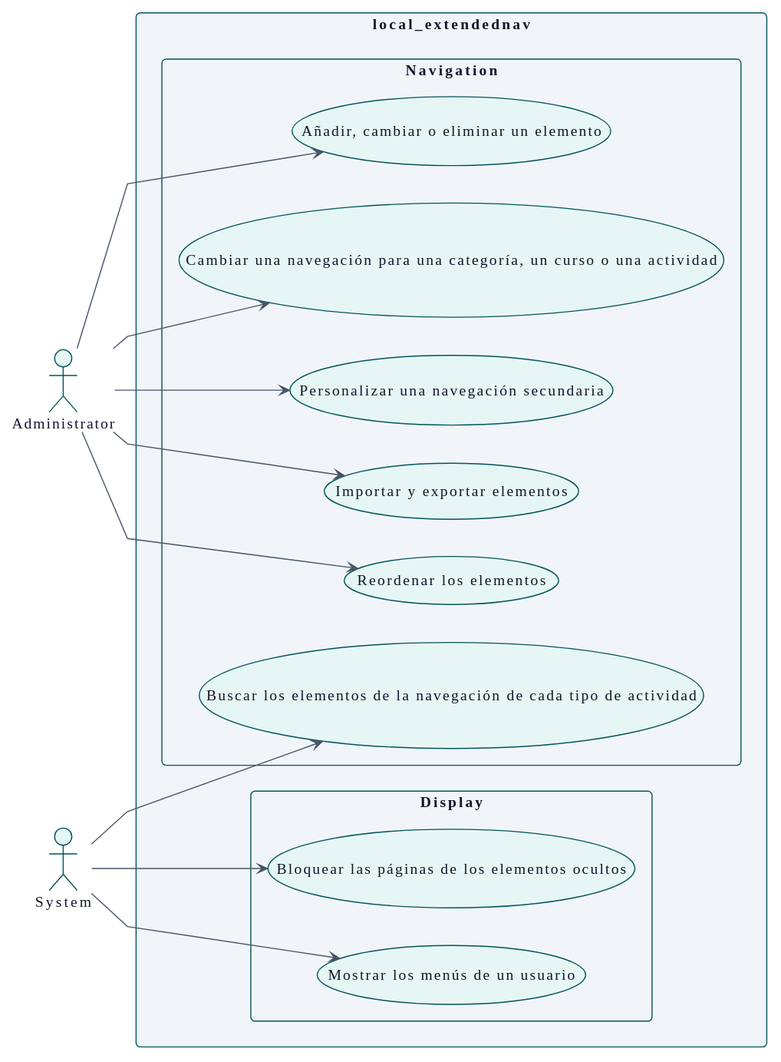
Earlier version of the PlantUML export docs/es/technical/requirements/use-case-overview.svg (didactika/moodle-local_extendednav).
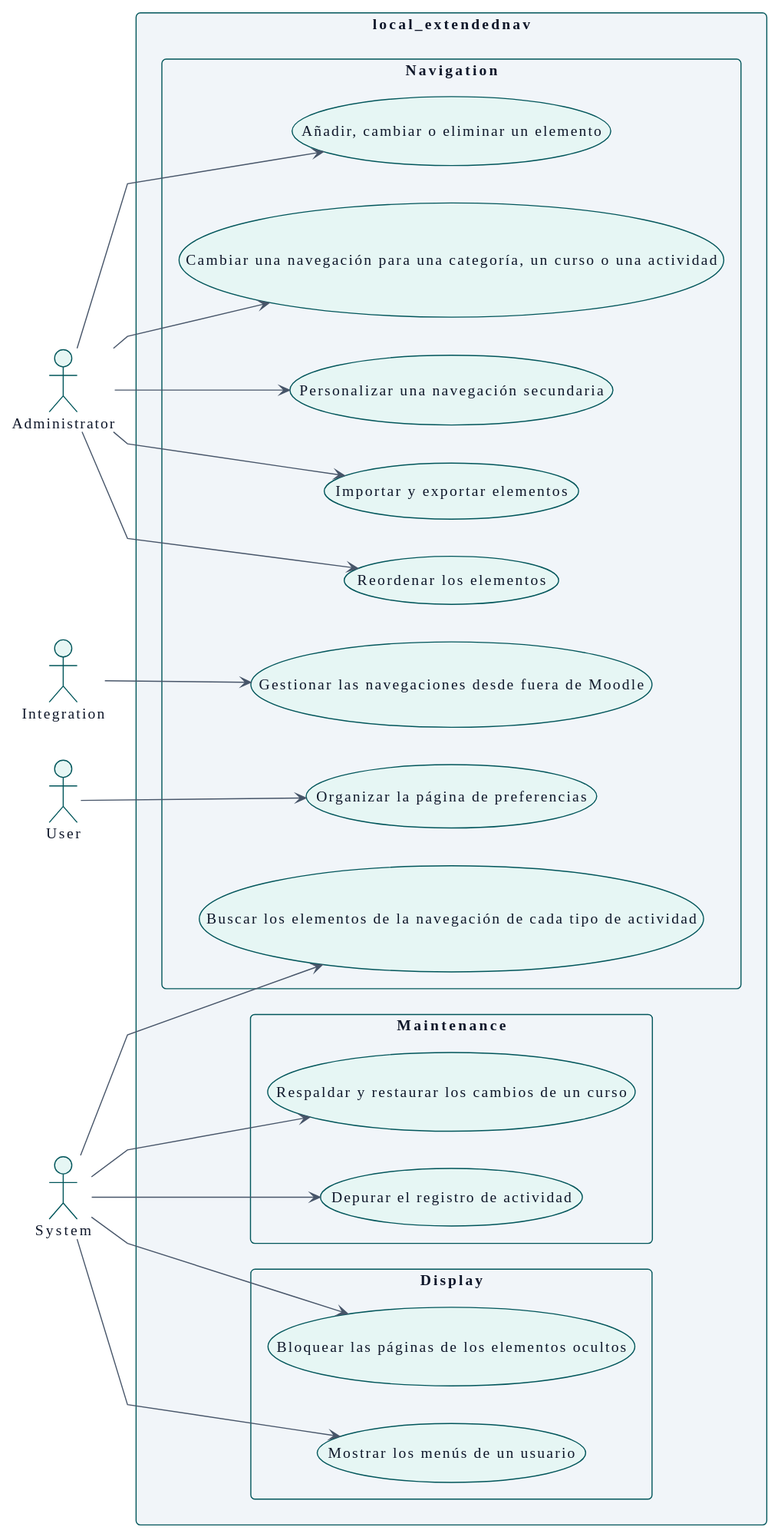
Later version of the same file.

Change to the diagram source:
```diff
@@ -107,7 +107,9 @@
 left to right direction
 
 actor "Administrator" as A_Administrator
+actor "Integration" as A_Integration
 actor "System" as A_System
+actor "User" as A_User
 
 rectangle "local_extendednav" {
   package "Navigation" {
@@ -117,10 +119,16 @@
     usecase "Personalizar una navegación secundaria" as UC_customiseSecondaryNavigation
     usecase "Cambiar una navegación para una categoría, un curso o una actividad" as UC_setScopeException
     usecase "Buscar los elementos de la navegación de cada tipo de actividad" as UC_discoverActivityItems
+    usecase "Organizar la página de preferencias" as UC_arrangePreferences
+    usecase "Gestionar las navegaciones desde fuera de Moodle" as UC_manageByWebService
   }
   package "Display" {
     usecase "Mostrar los menús de un usuario" as UC_showMenus
     usecase "Bloquear las páginas de los elementos ocultos" as UC_blockUrl
+  }
+  package "Maintenance" {
+    usecase "Depurar el registro de actividad" as UC_cleanActivityLog
+    usecase "Respaldar y restaurar los cambios de un curso" as UC_backUpChanges
   }
 }
 
@@ -132,4 +140,8 @@
 A_Administrator --> UC_customiseSecondaryNavigation
 A_Administrator --> UC_setScopeException
 A_System --> UC_discoverActivityItems
+A_User --> UC_arrangePreferences
+A_System --> UC_cleanActivityLog
+A_System --> UC_backUpChanges
+A_Integration --> UC_manageByWebService
 @enduml
```
